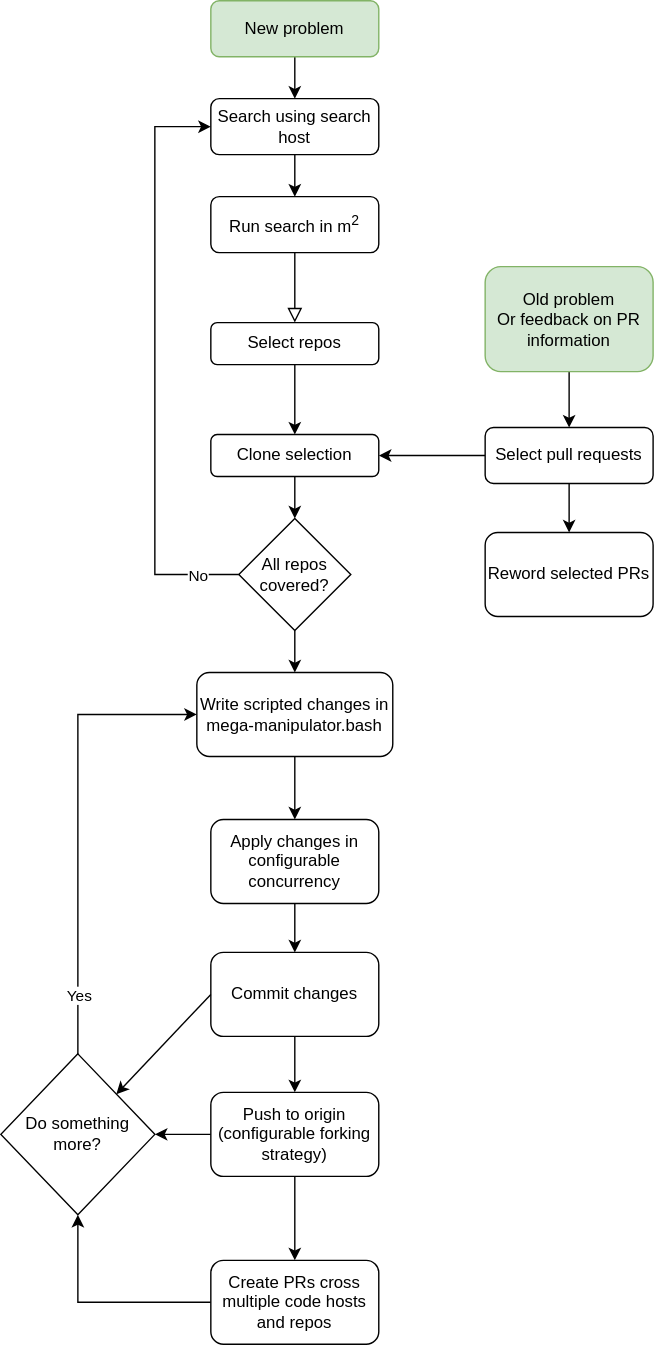
mega-manipulator/mega-manipulator keeps this draw.io diagram as mega-manipulator-overall.svg. Above is the earlier version. Source tidied: cells renumbered, new cells last; positions are measured from the earlier drawing's top-left corner, leaving out a move shared by most shapes.
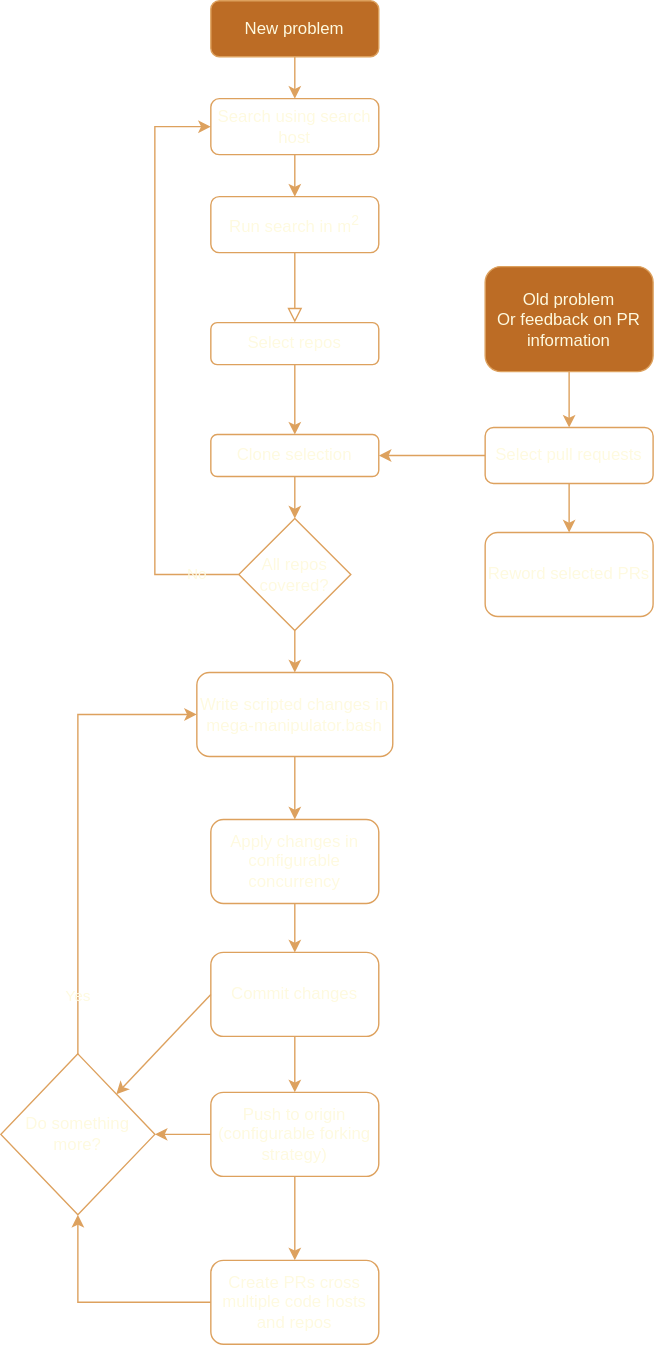
After the commit.

Diff of the diagram source:
```diff
@@ -2,33 +2,33 @@
   <root>
     <mxCell id="0" />
     <mxCell id="1" parent="0" />
-    <mxCell id="2" style="rounded=0;html=1;jettySize=auto;fontSize=11;endArrow=block;endFill=0;endSize=8;strokeWidth=1;shadow=0;labelBackgroundColor=none;edgeStyle=orthogonalEdgeStyle;" parent="1" edge="1" source="3">
+    <mxCell id="2" style="rounded=0;html=1;jettySize=auto;fontSize=11;endArrow=block;endFill=0;endSize=8;strokeWidth=1;shadow=0;labelBackgroundColor=none;edgeStyle=orthogonalEdgeStyle;fontColor=#FEFAE0;strokeColor=#DDA15E;" parent="1" edge="1" source="3">
       <mxGeometry relative="1" as="geometry">
         <mxPoint x="210" y="230" as="targetPoint" />
       </mxGeometry>
     </mxCell>
-    <mxCell id="3" value="Run search in m&lt;sup&gt;2&lt;/sup&gt;" style="rounded=1;whiteSpace=wrap;html=1;fontSize=12;glass=0;strokeWidth=1;shadow=0;" parent="1" vertex="1">
+    <mxCell id="3" value="Run search in m&lt;sup&gt;2&lt;/sup&gt;" style="rounded=1;whiteSpace=wrap;html=1;fontSize=12;glass=0;strokeWidth=1;shadow=0;labelBackgroundColor=none;fillColor=none;fontColor=#FEFAE0;strokeColor=#DDA15E;" parent="1" vertex="1">
       <mxGeometry x="150" y="140" width="120" height="40" as="geometry" />
     </mxCell>
-    <mxCell id="4" style="edgeStyle=orthogonalEdgeStyle;rounded=0;jettySize=auto;html=1;" parent="1" edge="1" source="5" target="3">
+    <mxCell id="4" style="edgeStyle=orthogonalEdgeStyle;rounded=0;jettySize=auto;html=1;fontColor=#FEFAE0;labelBackgroundColor=none;strokeColor=#DDA15E;" parent="1" edge="1" source="5" target="3">
       <mxGeometry relative="1" as="geometry" />
     </mxCell>
-    <mxCell id="5" value="Search using search host" style="rounded=1;whiteSpace=wrap;html=1;fontSize=12;glass=0;strokeWidth=1;shadow=0;" parent="1" vertex="1">
+    <mxCell id="5" value="Search using search host" style="rounded=1;whiteSpace=wrap;html=1;fontSize=12;glass=0;strokeWidth=1;shadow=0;labelBackgroundColor=none;fillColor=none;fontColor=#FEFAE0;strokeColor=#DDA15E;" parent="1" vertex="1">
       <mxGeometry x="150" y="70" width="120" height="40" as="geometry" />
     </mxCell>
-    <mxCell id="6" style="edgeStyle=orthogonalEdgeStyle;rounded=0;jettySize=auto;html=1;" parent="1" edge="1" source="7" target="9">
+    <mxCell id="6" style="edgeStyle=orthogonalEdgeStyle;rounded=0;jettySize=auto;html=1;fontColor=#FEFAE0;labelBackgroundColor=none;strokeColor=#DDA15E;" parent="1" edge="1" source="7" target="9">
       <mxGeometry relative="1" as="geometry" />
     </mxCell>
-    <mxCell id="7" value="Select repos" style="rounded=1;whiteSpace=wrap;html=1;" parent="1" vertex="1">
+    <mxCell id="7" value="Select repos" style="rounded=1;whiteSpace=wrap;html=1;labelBackgroundColor=none;fillColor=none;fontColor=#FEFAE0;strokeColor=#DDA15E;" parent="1" vertex="1">
       <mxGeometry x="150" y="230" width="120" height="30" as="geometry" />
     </mxCell>
-    <mxCell id="8" style="edgeStyle=orthogonalEdgeStyle;rounded=0;jettySize=auto;html=1;" parent="1" edge="1" source="9" target="13">
+    <mxCell id="8" style="edgeStyle=orthogonalEdgeStyle;rounded=0;jettySize=auto;html=1;fontColor=#FEFAE0;labelBackgroundColor=none;strokeColor=#DDA15E;" parent="1" edge="1" source="9" target="13">
       <mxGeometry relative="1" as="geometry" />
     </mxCell>
-    <mxCell id="9" value="Clone selection" style="rounded=1;whiteSpace=wrap;html=1;" parent="1" vertex="1">
+    <mxCell id="9" value="Clone selection" style="rounded=1;whiteSpace=wrap;html=1;labelBackgroundColor=none;fillColor=none;fontColor=#FEFAE0;strokeColor=#DDA15E;" parent="1" vertex="1">
       <mxGeometry x="150" y="310" width="120" height="30" as="geometry" />
     </mxCell>
-    <mxCell id="10" style="edgeStyle=orthogonalEdgeStyle;rounded=0;jettySize=auto;html=1;exitX=0;exitY=0.5;exitDx=0;exitDy=0;entryX=0;entryY=0.5;entryDx=0;entryDy=0;" parent="1" edge="1" source="13" target="5">
+    <mxCell id="10" style="edgeStyle=orthogonalEdgeStyle;rounded=0;jettySize=auto;html=1;exitX=0;exitY=0.5;exitDx=0;exitDy=0;entryX=0;entryY=0.5;entryDx=0;entryDy=0;fontColor=#FEFAE0;labelBackgroundColor=none;strokeColor=#DDA15E;" parent="1" edge="1" source="13" target="5">
       <mxGeometry relative="1" as="geometry">
         <Array as="points">
           <mxPoint x="110" y="410" />
@@ -36,86 +36,86 @@
         </Array>
       </mxGeometry>
     </mxCell>
-    <mxCell id="11" value="No" style="edgeLabel;html=1;align=center;verticalAlign=middle;" parent="10" vertex="1">
+    <mxCell id="11" value="No" style="edgeLabel;html=1;align=center;verticalAlign=middle;fontColor=#FEFAE0;labelBackgroundColor=none;" parent="10" vertex="1">
       <mxGeometry x="-0.73" y="-3" relative="1" as="geometry">
         <mxPoint x="26" y="3" as="offset" />
       </mxGeometry>
     </mxCell>
-    <mxCell id="12" style="edgeStyle=orthogonalEdgeStyle;rounded=0;jettySize=auto;html=1;" parent="1" edge="1" source="13" target="15">
+    <mxCell id="12" style="edgeStyle=orthogonalEdgeStyle;rounded=0;jettySize=auto;html=1;fontColor=#FEFAE0;labelBackgroundColor=none;strokeColor=#DDA15E;" parent="1" edge="1" source="13" target="15">
       <mxGeometry relative="1" as="geometry" />
     </mxCell>
-    <mxCell id="13" value="All repos covered?" style="rhombus;whiteSpace=wrap;html=1;" parent="1" vertex="1">
+    <mxCell id="13" value="All repos covered?" style="rhombus;whiteSpace=wrap;html=1;labelBackgroundColor=none;fillColor=none;fontColor=#FEFAE0;strokeColor=#DDA15E;" parent="1" vertex="1">
       <mxGeometry x="170" y="370" width="80" height="80" as="geometry" />
     </mxCell>
-    <mxCell id="14" style="edgeStyle=orthogonalEdgeStyle;rounded=0;jettySize=auto;html=1;" parent="1" edge="1" source="15" target="17">
+    <mxCell id="14" style="edgeStyle=orthogonalEdgeStyle;rounded=0;jettySize=auto;html=1;fontColor=#FEFAE0;labelBackgroundColor=none;strokeColor=#DDA15E;" parent="1" edge="1" source="15" target="17">
       <mxGeometry relative="1" as="geometry" />
     </mxCell>
-    <mxCell id="15" value="Write scripted changes in&lt;br&gt;mega-manipulator.bash" style="rounded=1;whiteSpace=wrap;html=1;" parent="1" vertex="1">
+    <mxCell id="15" value="Write scripted changes in&lt;br&gt;mega-manipulator.bash" style="rounded=1;whiteSpace=wrap;html=1;labelBackgroundColor=none;fillColor=none;fontColor=#FEFAE0;strokeColor=#DDA15E;" parent="1" vertex="1">
       <mxGeometry x="140" y="480" width="140" height="60" as="geometry" />
     </mxCell>
-    <mxCell id="16" style="edgeStyle=orthogonalEdgeStyle;rounded=0;jettySize=auto;html=1;" parent="1" edge="1" source="17" target="22">
+    <mxCell id="16" style="edgeStyle=orthogonalEdgeStyle;rounded=0;jettySize=auto;html=1;fontColor=#FEFAE0;labelBackgroundColor=none;strokeColor=#DDA15E;" parent="1" edge="1" source="17" target="22">
       <mxGeometry relative="1" as="geometry" />
     </mxCell>
-    <mxCell id="17" value="Apply changes in configurable concurrency" style="rounded=1;whiteSpace=wrap;html=1;" parent="1" vertex="1">
+    <mxCell id="17" value="Apply changes in configurable concurrency" style="rounded=1;whiteSpace=wrap;html=1;labelBackgroundColor=none;fillColor=none;fontColor=#FEFAE0;strokeColor=#DDA15E;" parent="1" vertex="1">
       <mxGeometry x="150" y="585" width="120" height="60" as="geometry" />
     </mxCell>
-    <mxCell id="18" style="edgeStyle=orthogonalEdgeStyle;rounded=0;jettySize=auto;html=1;" parent="1" edge="1" source="20" target="25">
+    <mxCell id="18" style="edgeStyle=orthogonalEdgeStyle;rounded=0;jettySize=auto;html=1;fontColor=#FEFAE0;labelBackgroundColor=none;strokeColor=#DDA15E;" parent="1" edge="1" source="20" target="25">
       <mxGeometry relative="1" as="geometry" />
     </mxCell>
-    <mxCell id="19" style="edgeStyle=orthogonalEdgeStyle;rounded=0;jettySize=auto;html=1;" parent="1" edge="1" source="20" target="28">
+    <mxCell id="19" style="edgeStyle=orthogonalEdgeStyle;rounded=0;jettySize=auto;html=1;fontColor=#FEFAE0;labelBackgroundColor=none;strokeColor=#DDA15E;" parent="1" edge="1" source="20" target="28">
       <mxGeometry relative="1" as="geometry" />
     </mxCell>
-    <mxCell id="20" value="Push to origin&lt;br&gt;(configurable forking strategy)" style="rounded=1;whiteSpace=wrap;html=1;" parent="1" vertex="1">
+    <mxCell id="20" value="Push to origin&lt;br&gt;(configurable forking strategy)" style="rounded=1;whiteSpace=wrap;html=1;labelBackgroundColor=none;fillColor=none;fontColor=#FEFAE0;strokeColor=#DDA15E;" parent="1" vertex="1">
       <mxGeometry x="150" y="780" width="120" height="60" as="geometry" />
     </mxCell>
-    <mxCell id="21" style="edgeStyle=orthogonalEdgeStyle;rounded=0;jettySize=auto;html=1;" parent="1" edge="1" source="22" target="20">
+    <mxCell id="21" style="edgeStyle=orthogonalEdgeStyle;rounded=0;jettySize=auto;html=1;fontColor=#FEFAE0;labelBackgroundColor=none;strokeColor=#DDA15E;" parent="1" edge="1" source="22" target="20">
       <mxGeometry relative="1" as="geometry" />
     </mxCell>
-    <mxCell id="22" value="Commit changes" style="rounded=1;whiteSpace=wrap;html=1;" parent="1" vertex="1">
+    <mxCell id="22" value="Commit changes" style="rounded=1;whiteSpace=wrap;html=1;labelBackgroundColor=none;fillColor=none;fontColor=#FEFAE0;strokeColor=#DDA15E;" parent="1" vertex="1">
       <mxGeometry x="150" y="680" width="120" height="60" as="geometry" />
     </mxCell>
-    <mxCell id="23" style="edgeStyle=orthogonalEdgeStyle;rounded=0;jettySize=auto;html=1;exitX=0.5;exitY=0;exitDx=0;exitDy=0;entryX=0;entryY=0.5;entryDx=0;entryDy=0;" parent="1" edge="1" source="25" target="15">
+    <mxCell id="23" style="edgeStyle=orthogonalEdgeStyle;rounded=0;jettySize=auto;html=1;exitX=0.5;exitY=0;exitDx=0;exitDy=0;entryX=0;entryY=0.5;entryDx=0;entryDy=0;fontColor=#FEFAE0;labelBackgroundColor=none;strokeColor=#DDA15E;" parent="1" edge="1" source="25" target="15">
       <mxGeometry relative="1" as="geometry" />
     </mxCell>
-    <mxCell id="24" value="Yes" style="edgeLabel;html=1;align=center;verticalAlign=middle;" parent="23" vertex="1">
+    <mxCell id="24" value="Yes" style="edgeLabel;html=1;align=center;verticalAlign=middle;fontColor=#FEFAE0;labelBackgroundColor=none;" parent="23" vertex="1">
       <mxGeometry x="-0.67" relative="1" as="geometry">
         <mxPoint y="12" as="offset" />
       </mxGeometry>
     </mxCell>
-    <mxCell id="25" value="Do something more?" style="rhombus;whiteSpace=wrap;html=1;" parent="1" vertex="1">
+    <mxCell id="25" value="Do something more?" style="rhombus;whiteSpace=wrap;html=1;labelBackgroundColor=none;fillColor=none;fontColor=#FEFAE0;strokeColor=#DDA15E;" parent="1" vertex="1">
       <mxGeometry y="752.5" width="110" height="115" as="geometry" />
     </mxCell>
-    <mxCell id="26" style="endArrow=classic;html=1;entryX=1;entryY=0;entryDx=0;entryDy=0;exitX=0;exitY=0.5;exitDx=0;exitDy=0;" parent="1" edge="1" source="22" target="25">
+    <mxCell id="26" style="endArrow=classic;html=1;entryX=1;entryY=0;entryDx=0;entryDy=0;exitX=0;exitY=0.5;exitDx=0;exitDy=0;fontColor=#FEFAE0;labelBackgroundColor=none;strokeColor=#DDA15E;" parent="1" edge="1" source="22" target="25">
       <mxGeometry relative="1" as="geometry" />
     </mxCell>
-    <mxCell id="27" style="edgeStyle=orthogonalEdgeStyle;rounded=0;jettySize=auto;html=1;exitX=0;exitY=0.5;exitDx=0;exitDy=0;entryX=0.5;entryY=1;entryDx=0;entryDy=0;" parent="1" edge="1" source="28" target="25">
+    <mxCell id="27" style="edgeStyle=orthogonalEdgeStyle;rounded=0;jettySize=auto;html=1;exitX=0;exitY=0.5;exitDx=0;exitDy=0;entryX=0.5;entryY=1;entryDx=0;entryDy=0;fontColor=#FEFAE0;labelBackgroundColor=none;strokeColor=#DDA15E;" parent="1" edge="1" source="28" target="25">
       <mxGeometry relative="1" as="geometry" />
     </mxCell>
-    <mxCell id="28" value="Create PRs cross multiple code hosts and repos" style="rounded=1;whiteSpace=wrap;html=1;" parent="1" vertex="1">
+    <mxCell id="28" value="Create PRs cross multiple code hosts and repos" style="rounded=1;whiteSpace=wrap;html=1;labelBackgroundColor=none;fillColor=none;fontColor=#FEFAE0;strokeColor=#DDA15E;" parent="1" vertex="1">
       <mxGeometry x="150" y="900" width="120" height="60" as="geometry" />
     </mxCell>
-    <mxCell id="29" style="edgeStyle=orthogonalEdgeStyle;rounded=0;jettySize=auto;html=1;exitX=0.5;exitY=1;exitDx=0;exitDy=0;entryX=0.5;entryY=0;entryDx=0;entryDy=0;" parent="1" edge="1" source="30" target="5">
+    <mxCell id="29" style="edgeStyle=orthogonalEdgeStyle;rounded=0;jettySize=auto;html=1;exitX=0.5;exitY=1;exitDx=0;exitDy=0;entryX=0.5;entryY=0;entryDx=0;entryDy=0;fontColor=#FEFAE0;labelBackgroundColor=none;strokeColor=#DDA15E;" parent="1" edge="1" source="30" target="5">
       <mxGeometry relative="1" as="geometry" />
     </mxCell>
-    <mxCell id="30" value="New problem" style="rounded=1;whiteSpace=wrap;html=1;fillColor=#d5e8d4;strokeColor=#82b366;" parent="1" vertex="1">
+    <mxCell id="30" value="New problem" style="rounded=1;whiteSpace=wrap;html=1;fillColor=#BC6C25;strokeColor=#DDA15E;fontColor=#FEFAE0;labelBackgroundColor=none;" parent="1" vertex="1">
       <mxGeometry x="150" width="120" height="40" as="geometry" />
     </mxCell>
-    <mxCell id="31" style="edgeStyle=orthogonalEdgeStyle;rounded=0;jettySize=auto;html=1;" parent="1" edge="1" source="32" target="35">
+    <mxCell id="31" style="edgeStyle=orthogonalEdgeStyle;rounded=0;jettySize=auto;html=1;fontColor=#FEFAE0;labelBackgroundColor=none;strokeColor=#DDA15E;" parent="1" edge="1" source="32" target="35">
       <mxGeometry relative="1" as="geometry" />
     </mxCell>
-    <mxCell id="32" value="Old problem&lt;br&gt;Or feedback on PR information" style="rounded=1;whiteSpace=wrap;html=1;fillColor=#d5e8d4;strokeColor=#82b366;" parent="1" vertex="1">
+    <mxCell id="32" value="Old problem&lt;br&gt;Or feedback on PR information" style="rounded=1;whiteSpace=wrap;html=1;fillColor=#BC6C25;strokeColor=#DDA15E;fontColor=#FEFAE0;labelBackgroundColor=none;" parent="1" vertex="1">
       <mxGeometry x="346" y="190" width="120" height="75" as="geometry" />
     </mxCell>
-    <mxCell id="33" style="edgeStyle=orthogonalEdgeStyle;rounded=0;jettySize=auto;html=1;" parent="1" edge="1" source="35" target="9">
+    <mxCell id="33" style="edgeStyle=orthogonalEdgeStyle;rounded=0;jettySize=auto;html=1;fontColor=#FEFAE0;labelBackgroundColor=none;strokeColor=#DDA15E;" parent="1" edge="1" source="35" target="9">
       <mxGeometry relative="1" as="geometry" />
     </mxCell>
-    <mxCell id="34" style="edgeStyle=orthogonalEdgeStyle;rounded=0;jettySize=auto;html=1;" parent="1" edge="1" source="35" target="36">
+    <mxCell id="34" style="edgeStyle=orthogonalEdgeStyle;rounded=0;jettySize=auto;html=1;fontColor=#FEFAE0;labelBackgroundColor=none;strokeColor=#DDA15E;" parent="1" edge="1" source="35" target="36">
       <mxGeometry relative="1" as="geometry" />
     </mxCell>
-    <mxCell id="35" value="Select pull requests" style="rounded=1;whiteSpace=wrap;html=1;" parent="1" vertex="1">
+    <mxCell id="35" value="Select pull requests" style="rounded=1;whiteSpace=wrap;html=1;labelBackgroundColor=none;fillColor=none;fontColor=#FEFAE0;strokeColor=#DDA15E;" parent="1" vertex="1">
       <mxGeometry x="346" y="305" width="120" height="40" as="geometry" />
     </mxCell>
-    <mxCell id="36" value="Reword selected PRs" style="rounded=1;whiteSpace=wrap;html=1;" parent="1" vertex="1">
+    <mxCell id="36" value="Reword selected PRs" style="rounded=1;whiteSpace=wrap;html=1;labelBackgroundColor=none;fillColor=none;fontColor=#FEFAE0;strokeColor=#DDA15E;" parent="1" vertex="1">
       <mxGeometry x="346" y="380" width="120" height="60" as="geometry" />
     </mxCell>
   </root>
```
